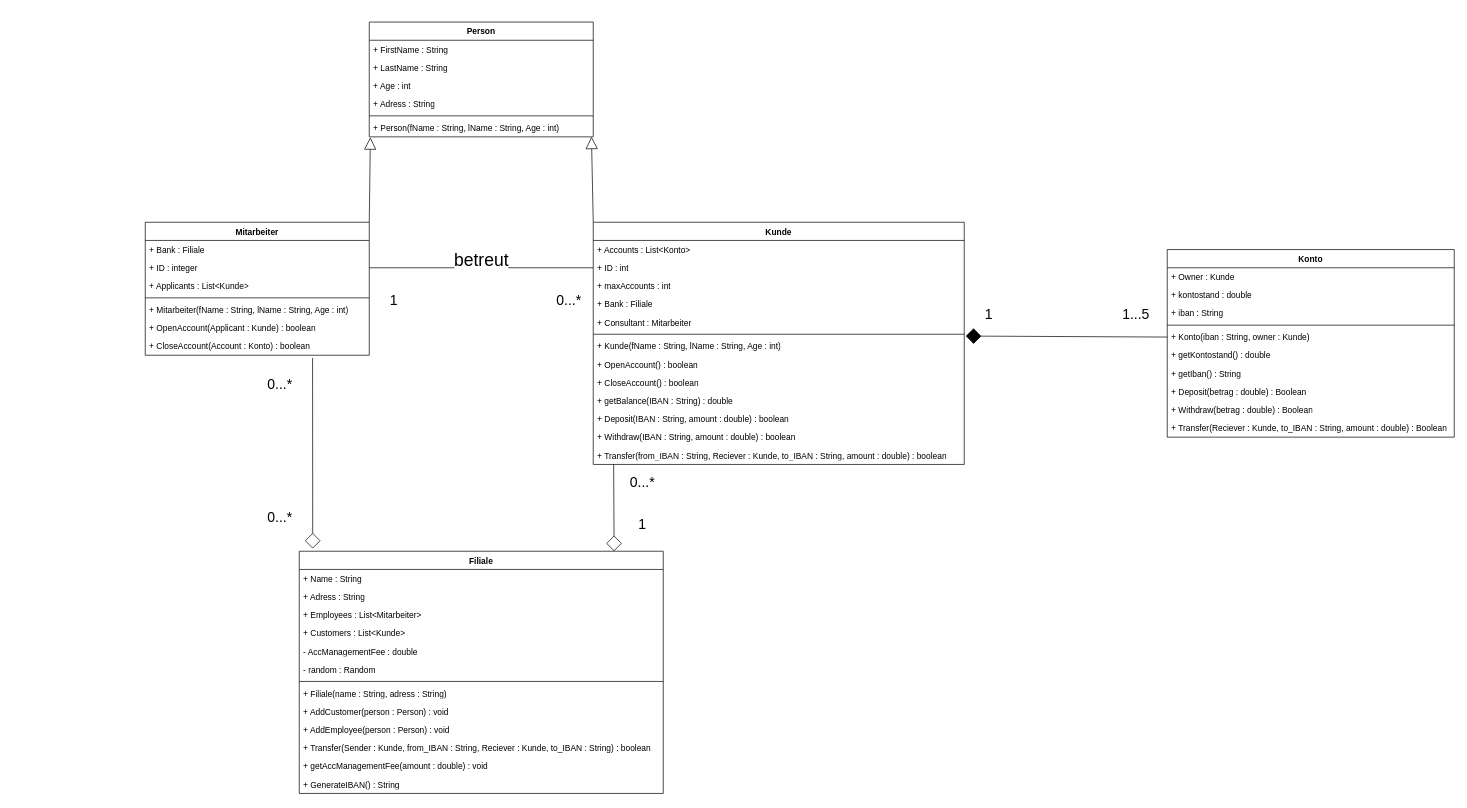
Above: ClassDiagram.drawio in Jo-Broo/GuteLauneGeldhaus (draw.io), before the change. Source tidied: cells renumbered, new cells numbered last; positions are measured from the earlier drawing's top-left corner, leaving out a move shared by most shapes. Both pictures are drawn from the tidied source at 70%, with x=0, y=0 at pixel (145, 22).
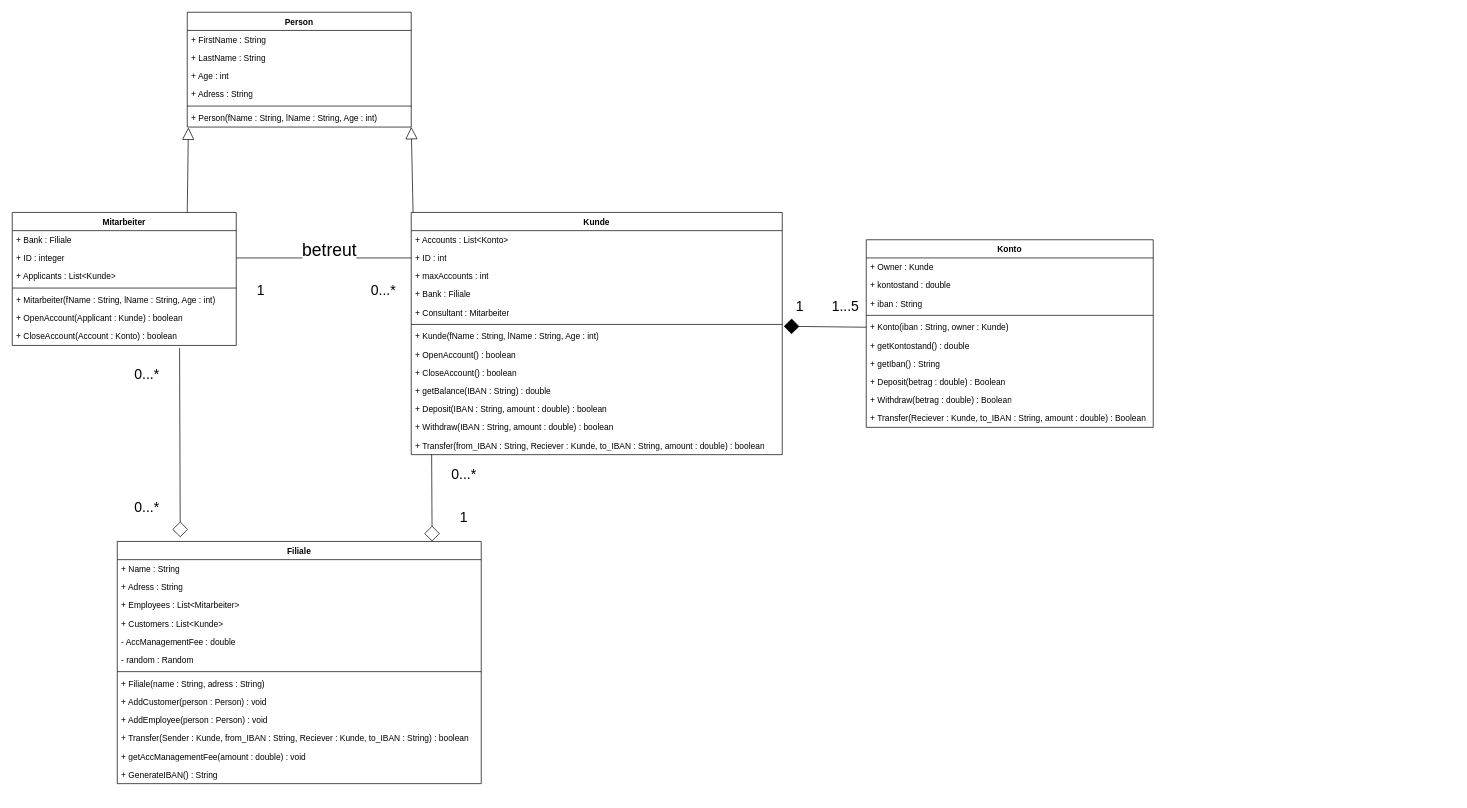
Above is the later version.

The change refers to these unchanged cells:
```xml
<mxCell id="9" value="+ CloseAccount(Account : Konto) : boolean" style="text;strokeColor=none;fillColor=none;align=left;verticalAlign=top;spacingLeft=4;spacingRight=4;overflow=hidden;points=[[0,0.5],[1,0.5]];portConstraint=eastwest;whiteSpace=wrap;html=1;" parent="2" vertex="1">
  <mxGeometry y="164" width="320" height="26" as="geometry" />
</mxCell>
<mxCell id="16" value="+ Person(fName : String, lName : String, Age : int)" style="text;strokeColor=none;fillColor=none;align=left;verticalAlign=top;spacingLeft=4;spacingRight=4;overflow=hidden;points=[[0,0.5],[1,0.5]];portConstraint=eastwest;whiteSpace=wrap;html=1;" parent="10" vertex="1">
  <mxGeometry y="138" width="320" height="26" as="geometry" />
</mxCell>
```

The edit, as a diff of the source:
```diff
@@
     <mxCell id="2" value="Mitarbeiter" style="swimlane;fontStyle=1;align=center;verticalAlign=top;horizontal=1;startSize=26;whiteSpace=wrap;html=1;" parent="1" vertex="1">
-      <mxGeometry y="286" width="320" height="190" as="geometry" />
+      <mxGeometry x="-190" y="272" width="320" height="190" as="geometry" />
     </mxCell>
@@
     <mxCell id="10" value="Person" style="swimlane;fontStyle=1;align=center;verticalAlign=top;horizontal=1;startSize=26;whiteSpace=wrap;html=1;" parent="1" vertex="1">
-      <mxGeometry x="320" width="320" height="164" as="geometry" />
+      <mxGeometry x="60" y="-14" width="320" height="164" as="geometry" />
     </mxCell>
@@
     <mxCell id="17" value="Kunde" style="swimlane;fontStyle=1;align=center;verticalAlign=top;horizontal=1;startSize=26;whiteSpace=wrap;html=1;" parent="1" vertex="1">
-      <mxGeometry x="640" y="286" width="530" height="346" as="geometry" />
+      <mxGeometry x="380" y="272" width="530" height="346" as="geometry" />
     </mxCell>
@@
     <mxCell id="31" value="Filiale" style="swimlane;fontStyle=1;align=center;verticalAlign=top;horizontal=1;startSize=26;whiteSpace=wrap;html=1;" parent="1" vertex="1">
-      <mxGeometry x="220" y="756" width="520" height="346" as="geometry" />
+      <mxGeometry x="-40" y="742" width="520" height="346" as="geometry" />
     </mxCell>
@@
     <mxCell id="45" value="Konto" style="swimlane;fontStyle=1;align=center;verticalAlign=top;horizontal=1;startSize=26;whiteSpace=wrap;html=1;" parent="1" vertex="1">
-      <mxGeometry x="1460" y="325" width="410" height="268" as="geometry" />
+      <mxGeometry x="1030" y="311" width="410" height="268" as="geometry" />
     </mxCell>
@@
-    <mxCell id="57" style="endArrow=none;html=1;rounded=0;startArrow=block;startFill=0;exitX=0.005;exitY=1.026;exitDx=0;exitDy=0;exitPerimeter=0;entryX=1;entryY=0;entryDx=0;entryDy=0;endSize=18;startSize=15;" parent="1" edge="1" source="16" target="2">
-      <mxGeometry relative="1" as="geometry" />
+    <mxCell id="57" style="endArrow=none;html=1;rounded=0;startArrow=block;startFill=0;exitX=0.005;exitY=1.026;exitDx=0;exitDy=0;exitPerimeter=0;entryX=1;entryY=0;entryDx=0;entryDy=0;endSize=18;startSize=15;" parent="1" edge="1">
+      <mxGeometry relative="1" as="geometry">
+        <mxPoint x="61.6" y="150.7" as="sourcePoint" />
+        <mxPoint x="60" y="272" as="targetPoint" />
+      </mxGeometry>
     </mxCell>
-    <mxCell id="58" style="endArrow=none;html=1;rounded=0;startArrow=block;startFill=0;exitX=0.992;exitY=0.995;exitDx=0;exitDy=0;exitPerimeter=0;entryX=0;entryY=0;entryDx=0;entryDy=0;startSize=15;" parent="1" edge="1" source="16" target="17">
-      <mxGeometry relative="1" as="geometry" />
+    <mxCell id="58" style="endArrow=none;html=1;rounded=0;startArrow=block;startFill=0;exitX=0.992;exitY=0.995;exitDx=0;exitDy=0;exitPerimeter=0;entryX=0;entryY=0;entryDx=0;entryDy=0;startSize=15;" parent="1" edge="1">
+      <mxGeometry relative="1" as="geometry">
+        <mxPoint x="380" y="149.9" as="sourcePoint" />
+        <mxPoint x="382.6" y="272" as="targetPoint" />
+      </mxGeometry>
     </mxCell>
-    <mxCell id="59" style="endArrow=none;html=1;rounded=0;entryX=0.747;entryY=1.152;entryDx=0;entryDy=0;exitX=0.037;exitY=-0.011;exitDx=0;exitDy=0;exitPerimeter=0;startArrow=diamond;startFill=0;strokeWidth=1;targetPerimeterSpacing=18;endSize=20;sourcePerimeterSpacing=16;startSize=20;entryPerimeter=0;" parent="1" edge="1" source="31" target="9">
-      <mxGeometry relative="1" as="geometry" />
+    <mxCell id="59" style="endArrow=none;html=1;rounded=0;entryX=0.747;entryY=1.152;entryDx=0;entryDy=0;startArrow=diamond;startFill=0;strokeWidth=1;targetPerimeterSpacing=18;endSize=20;sourcePerimeterSpacing=16;startSize=20;entryPerimeter=0;" parent="1" edge="1" target="9">
+      <mxGeometry relative="1" as="geometry">
+        <mxPoint x="50" y="736" as="sourcePoint" />
+      </mxGeometry>
     </mxCell>
@@
     <mxCell id="63" value="1" style="text;html=1;align=center;verticalAlign=middle;strokeColor=none;fillColor=none;fontSize=20;" parent="1" vertex="1">
-      <mxGeometry x="340" y="376" width="30" height="40" as="geometry" />
+      <mxGeometry x="150" y="362" width="30" height="40" as="geometry" />
     </mxCell>
     <mxCell id="64" value="0...*" style="text;html=1;align=center;verticalAlign=middle;strokeColor=none;fillColor=none;fontSize=20;" parent="1" vertex="1">
-      <mxGeometry x="575" y="376" width="60" height="40" as="geometry" />
+      <mxGeometry x="310" y="362" width="60" height="40" as="geometry" />
     </mxCell>
     <mxCell id="65" value="0...*" style="text;html=1;align=center;verticalAlign=middle;strokeColor=none;fillColor=none;fontSize=20;" parent="1" vertex="1">
-      <mxGeometry x="162" y="496" width="60" height="40" as="geometry" />
+      <mxGeometry x="-28" y="482" width="60" height="40" as="geometry" />
     </mxCell>
     <mxCell id="66" value="0...*" style="text;html=1;align=center;verticalAlign=middle;strokeColor=none;fillColor=none;fontSize=20;" parent="1" vertex="1">
-      <mxGeometry x="162" y="686" width="60" height="40" as="geometry" />
+      <mxGeometry x="-28" y="672" width="60" height="40" as="geometry" />
     </mxCell>
     <mxCell id="67" value="0...*" style="text;html=1;align=center;verticalAlign=middle;strokeColor=none;fillColor=none;fontSize=20;" parent="1" vertex="1">
-      <mxGeometry x="680" y="636" width="60" height="40" as="geometry" />
+      <mxGeometry x="425" y="626" width="60" height="40" as="geometry" />
     </mxCell>
     <mxCell id="68" value="1" style="text;html=1;align=center;verticalAlign=middle;strokeColor=none;fillColor=none;fontSize=20;" parent="1" vertex="1">
-      <mxGeometry x="695" y="696" width="30" height="40" as="geometry" />
+      <mxGeometry x="440" y="686" width="30" height="40" as="geometry" />
     </mxCell>
     <mxCell id="69" value="1" style="text;html=1;align=center;verticalAlign=middle;strokeColor=none;fillColor=none;fontSize=20;" parent="1" vertex="1">
-      <mxGeometry x="1190" y="396" width="30" height="40" as="geometry" />
+      <mxGeometry x="920" y="386" width="30" height="40" as="geometry" />
     </mxCell>
     <mxCell id="70" value="1...5" style="text;html=1;align=center;verticalAlign=middle;strokeColor=none;fillColor=none;fontSize=20;" parent="1" vertex="1">
-      <mxGeometry x="1385" y="396" width="60" height="40" as="geometry" />
+      <mxGeometry x="970" y="386" width="60" height="40" as="geometry" />
     </mxCell>
```
